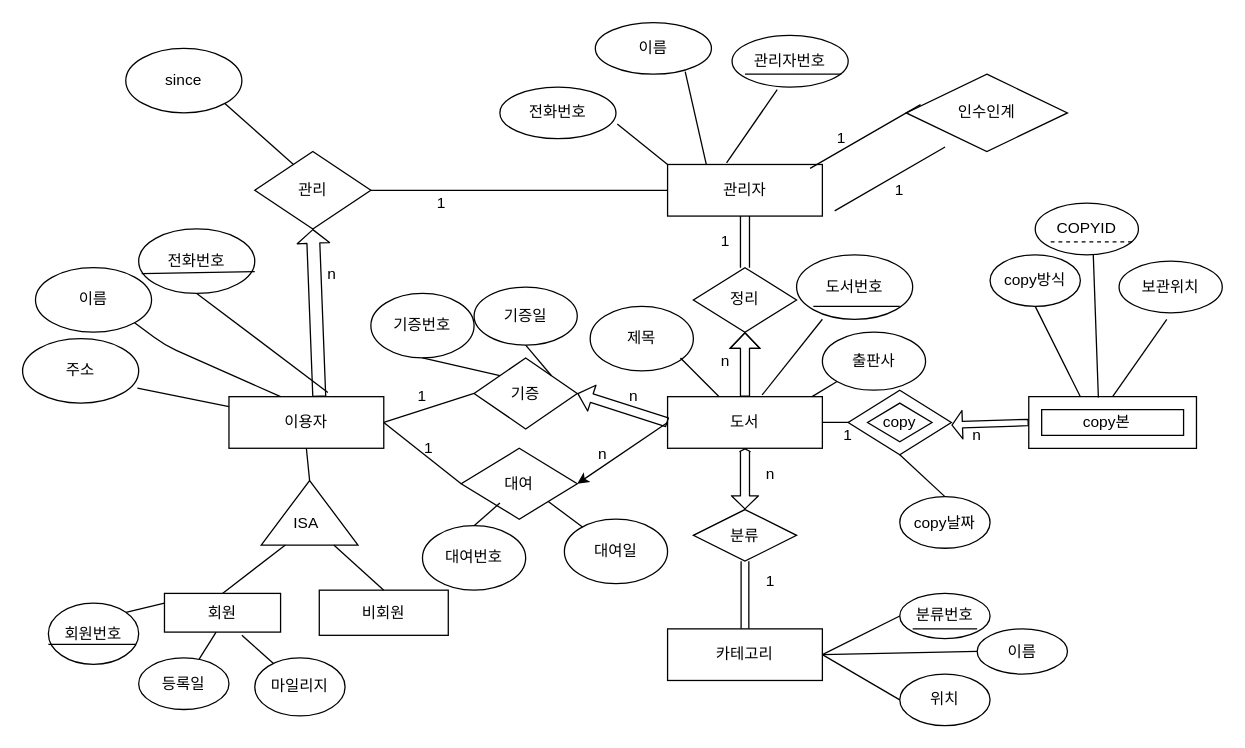
Earlier version of the draw.io diagram Untitled Diagram.drawio (kindacool/Playing). Source tidied: cells renumbered, new cells numbered last; positions are measured from the earlier drawing's top-left corner, leaving out a move shared by most shapes. Both pictures are drawn from the tidied source at 129%, with x=0, y=0 at pixel (22, 22).
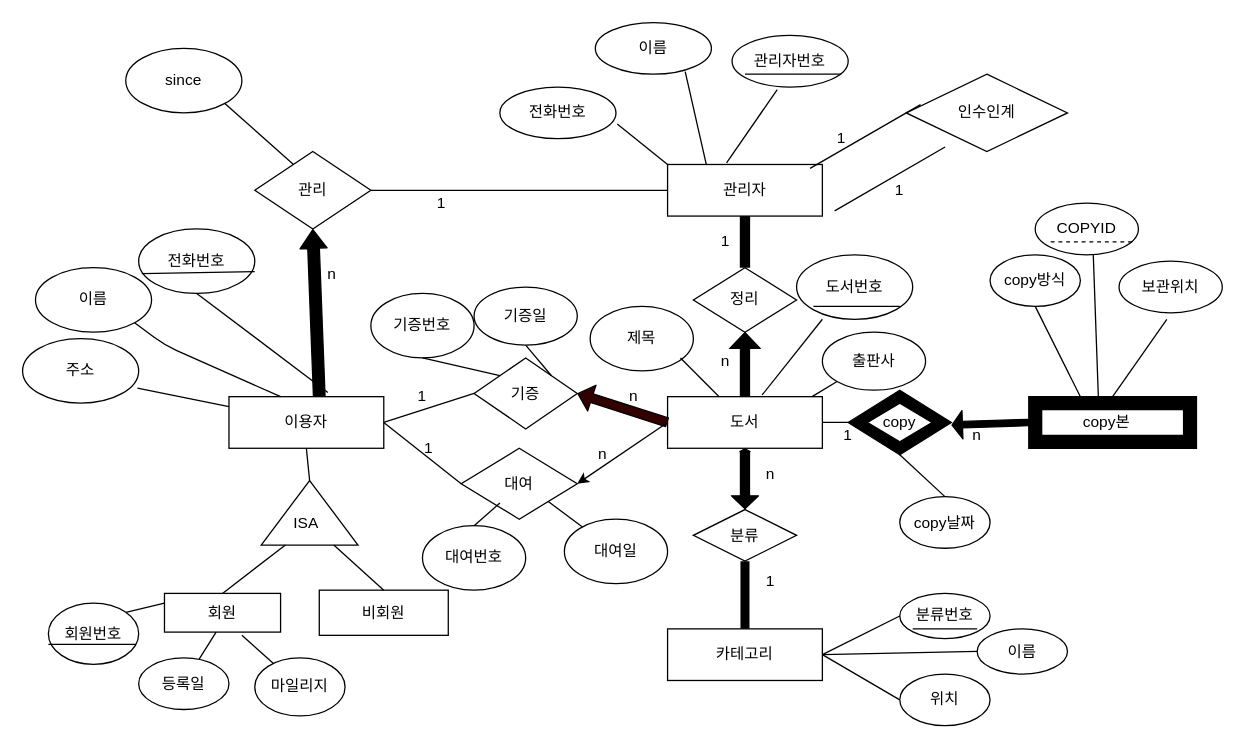
The same diagram, later.

The change refers to these unchanged cells:
```xml
<mxCell id="2" value="도서" style="rounded=0;whiteSpace=wrap;html=1;" parent="1" vertex="1">
  <mxGeometry x="500" y="290" width="120" height="40" as="geometry" />
</mxCell>
<mxCell id="4" value="관리자" style="rounded=0;whiteSpace=wrap;html=1;" parent="1" vertex="1">
  <mxGeometry x="500" y="110" width="120" height="40" as="geometry" />
</mxCell>
<mxCell id="5" value="카테고리" style="rounded=0;whiteSpace=wrap;html=1;" parent="1" vertex="1">
  <mxGeometry x="500" y="470" width="120" height="40" as="geometry" />
</mxCell>
<mxCell id="14" value="분류" style="rhombus;whiteSpace=wrap;html=1;" parent="1" vertex="1">
  <mxGeometry x="520" y="377.5" width="80" height="40" as="geometry" />
</mxCell>
<mxCell id="17" value="정리" style="rhombus;whiteSpace=wrap;html=1;" parent="1" vertex="1">
  <mxGeometry x="520" y="190" width="80" height="50" as="geometry" />
</mxCell>
<mxCell id="41" value="기증" style="rhombus;whiteSpace=wrap;html=1;" parent="1" vertex="1">
  <mxGeometry x="350" y="260" width="80" height="55" as="geometry" />
</mxCell>
<mxCell id="81" value="관리" style="rhombus;whiteSpace=wrap;html=1;" parent="1" vertex="1">
  <mxGeometry x="180" y="100" width="90" height="60" as="geometry" />
</mxCell>
```

What changed in the source:
```diff
@@
-    <mxCell id="9" style="verticalLabelPosition=bottom;verticalAlign=top;html=1;shape=mxgraph.basic.frame;dx=10;" parent="1" vertex="1">
+    <mxCell id="9" style="verticalLabelPosition=bottom;verticalAlign=top;html=1;shape=mxgraph.basic.frame;dx=10;fillColor=#000000;" parent="1" vertex="1">
       <mxGeometry x="780" y="290" width="130" height="40" as="geometry" />
     </mxCell>
@@
-    <mxCell id="15" style="shape=link;html=1;exitX=0.5;exitY=1;exitDx=0;exitDy=0;width=6;entryX=0.5;entryY=0;entryDx=0;entryDy=0;" parent="1" edge="1" source="14" target="5">
+    <mxCell id="15" style="shape=link;html=1;exitX=0.5;exitY=1;exitDx=0;exitDy=0;width=-4;entryX=0.5;entryY=0;entryDx=0;entryDy=0;labelBorderColor=#000000;strokeWidth=6;" parent="1" edge="1" source="14" target="5">
       <mxGeometry relative="1" as="geometry" />
     </mxCell>
@@
-    <mxCell id="18" style="shape=link;html=1;exitX=0.5;exitY=1;exitDx=0;exitDy=0;entryX=0.5;entryY=0;entryDx=0;entryDy=0;width=-7;" parent="1" edge="1" source="4" target="17">
+    <mxCell id="18" style="shape=link;html=1;exitX=0.5;exitY=1;exitDx=0;exitDy=0;entryX=0.5;entryY=0;entryDx=0;entryDy=0;width=-7;strokeWidth=6;" parent="1" edge="1" source="4" target="17">
       <mxGeometry relative="1" as="geometry" />
     </mxCell>
-    <mxCell id="19" style="rhombus;whiteSpace=wrap;html=1;" parent="1" vertex="1">
+    <mxCell id="19" style="rhombus;whiteSpace=wrap;html=1;fillColor=#000000;" parent="1" vertex="1">
       <mxGeometry x="640" y="285" width="80" height="50" as="geometry" />
     </mxCell>
@@
-    <mxCell id="42" style="shape=flexArrow;html=1;exitX=0;exitY=0.5;exitDx=0;exitDy=0;entryX=1;entryY=0.5;entryDx=0;entryDy=0;endWidth=13;endSize=3.44;width=7;" parent="1" edge="1" source="2" target="41">
+    <mxCell id="42" style="shape=flexArrow;html=1;exitX=0;exitY=0.5;exitDx=0;exitDy=0;entryX=1;entryY=0.5;entryDx=0;entryDy=0;endWidth=13;endSize=3.44;width=7;fillColor=#330000;" parent="1" edge="1" source="2" target="41">
       <mxGeometry relative="1" as="geometry" />
     </mxCell>
@@
-    <mxCell id="78" style="shape=flexArrow;html=1;startArrow=block;entryX=0.5;entryY=0;entryDx=0;entryDy=0;exitX=0.5;exitY=1;exitDx=0;exitDy=0;endWidth=13;endSize=3.06;startWidth=0;startSize=0.33;width=7;" parent="1" edge="1" source="2" target="14">
+    <mxCell id="78" style="shape=flexArrow;html=1;startArrow=block;entryX=0.5;entryY=0;entryDx=0;entryDy=0;exitX=0.5;exitY=1;exitDx=0;exitDy=0;endWidth=13;endSize=3.06;startWidth=0;startSize=0.33;width=7;fillColor=#000000;" parent="1" edge="1" source="2" target="14">
       <mxGeometry relative="1" as="geometry" />
     </mxCell>
-    <mxCell id="79" style="shape=flexArrow;endArrow=classic;html=1;exitX=0;exitY=0.5;exitDx=0;exitDy=0;exitPerimeter=0;endWidth=16;endSize=2.36;width=5;" parent="1" edge="1" source="9">
+    <mxCell id="79" style="shape=flexArrow;endArrow=classic;html=1;exitX=0;exitY=0.5;exitDx=0;exitDy=0;exitPerimeter=0;endWidth=16;endSize=2.36;width=5;fillColor=#000000;" parent="1" edge="1" source="9">
       <mxGeometry relative="1" as="geometry">
         <mxPoint x="720" y="312" as="targetPoint" />
       </mxGeometry>
     </mxCell>
-    <mxCell id="80" style="shape=flexArrow;endArrow=classic;html=1;entryX=0.5;entryY=1;entryDx=0;entryDy=0;exitX=0.5;exitY=0;exitDx=0;exitDy=0;endWidth=15;endSize=3.67;width=7;" parent="1" edge="1" source="2" target="17">
+    <mxCell id="80" style="shape=flexArrow;endArrow=classic;html=1;entryX=0.5;entryY=1;entryDx=0;entryDy=0;exitX=0.5;exitY=0;exitDx=0;exitDy=0;endWidth=15;endSize=3.67;width=7;fillColor=#000000;" parent="1" edge="1" source="2" target="17">
       <mxGeometry relative="1" as="geometry">
         <Array as="points">
           <mxPoint x="560" y="270" />
         </Array>
       </mxGeometry>
     </mxCell>
@@
-    <mxCell id="83" style="shape=flexArrow;endArrow=classic;html=1;entryX=0.5;entryY=1;entryDx=0;entryDy=0;endWidth=14;endSize=3.18;" parent="1" edge="1" target="81">
+    <mxCell id="83" style="shape=flexArrow;endArrow=classic;html=1;entryX=0.5;entryY=1;entryDx=0;entryDy=0;endWidth=11;endSize=4.5;fillColor=#000000;width=9;" parent="1" edge="1" target="81">
       <mxGeometry relative="1" as="geometry">
         <mxPoint x="230" y="290" as="sourcePoint" />
       </mxGeometry>
     </mxCell>
```
